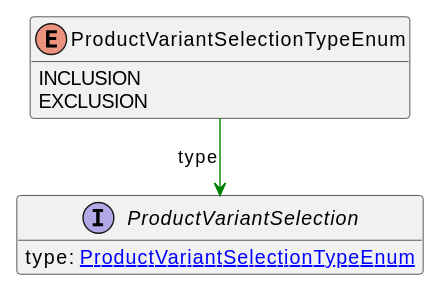
commercetools/commercetools-api-reference keeps this PlantUML diagram as uml/api/svg/ProductVariantSelectionTypeEnum.svg. Above is the earlier version. Source of this version:
```plantuml
@startuml
!pragma layout elk
hide methods
enum ProductVariantSelectionTypeEnum {
    INCLUSION
    EXCLUSION
}
interface ProductVariantSelection [[ProductVariantSelection.svg]]  {
    type: [[ProductVariantSelectionTypeEnum.svg ProductVariantSelectionTypeEnum]]
}
ProductVariantSelectionTypeEnum --> ProductVariantSelection #green;text:green : "type"
@enduml
```
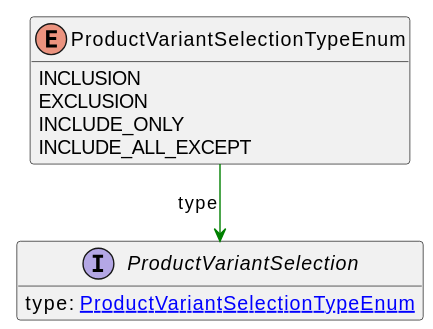
The same diagram one commit later.

The edit, as a diff of the source:
```diff
@@ -4,6 +4,8 @@
 enum ProductVariantSelectionTypeEnum {
     INCLUSION
     EXCLUSION
+    INCLUDE_ONLY
+    INCLUDE_ALL_EXCEPT
 }
 interface ProductVariantSelection [[ProductVariantSelection.svg]]  {
     type: [[ProductVariantSelectionTypeEnum.svg ProductVariantSelectionTypeEnum]]
```
